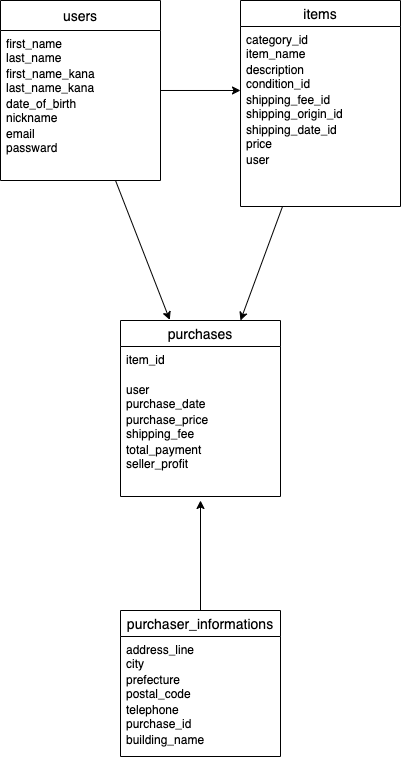
Before: furima.png, a diagram exported from draw.io (minamoit/furima-39233). Source tidied: cells renumbered, new cells last; positions are measured from the earlier drawing's top-left corner, leaving out a move shared by most shapes.
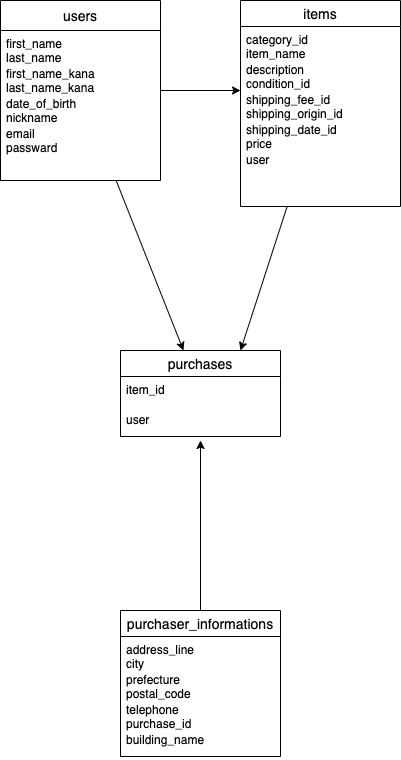
Above is the later version.

The edit, as a diff of the source:
```diff
@@ -11,7 +11,7 @@
     <mxCell id="3" style="html=1;entryX=0;entryY=0.133;entryDx=0;entryDy=0;entryPerimeter=0;" parent="1" edge="1" source="5" target="15">
       <mxGeometry relative="1" as="geometry" />
     </mxCell>
-    <mxCell id="4" style="edgeStyle=none;html=1;entryX=0.308;entryY=-0.003;entryDx=0;entryDy=0;entryPerimeter=0;" parent="1" edge="1" source="5" target="19">
+    <mxCell id="4" style="edgeStyle=none;html=1;" parent="1" edge="1" source="5" target="19">
       <mxGeometry relative="1" as="geometry" />
     </mxCell>
     <mxCell id="5" value="users" style="swimlane;fontStyle=0;horizontal=1;startSize=30;align=center;fontSize=14;rounded=0;" parent="1" vertex="1">
@@ -56,29 +56,11 @@
     <mxCell id="18" style="text;strokeColor=none;fillColor=none;spacingLeft=4;spacingRight=4;overflow=hidden;fontSize=12;" parent="12" vertex="1">
       <mxGeometry y="176" width="160" height="30" as="geometry" />
     </mxCell>
-    <mxCell id="19" value="purchases" style="swimlane;fontStyle=0;horizontal=1;startSize=26;align=center;fontSize=14;" parent="1" vertex="1">
-      <mxGeometry x="120" y="320" width="160" height="176" as="geometry" />
-    </mxCell>
-    <mxCell id="20" value="item_id" style="text;strokeColor=none;fillColor=none;spacingLeft=4;spacingRight=4;overflow=hidden;fontSize=12;" parent="19" vertex="1">
-      <mxGeometry y="26" width="160" height="30" as="geometry" />
-    </mxCell>
-    <mxCell id="21" value="user&#10;purchase_date&#10;" style="text;strokeColor=none;fillColor=none;spacingLeft=4;spacingRight=4;overflow=hidden;fontSize=12;" parent="19" vertex="1">
-      <mxGeometry y="56" width="160" height="30" as="geometry" />
-    </mxCell>
-    <mxCell id="22" value="purchase_price&#10;shipping_fee&#10;total_payment&#10;seller_profit" style="text;strokeColor=none;fillColor=none;spacingLeft=4;spacingRight=4;overflow=hidden;fontSize=12;" parent="19" vertex="1">
-      <mxGeometry y="86" width="160" height="30" as="geometry" />
-    </mxCell>
-    <mxCell id="23" value="total_payment&#10;seller_profit&#10;" style="text;strokeColor=none;fillColor=none;spacingLeft=4;spacingRight=4;overflow=hidden;fontSize=12;" parent="19" vertex="1">
-      <mxGeometry y="116" width="160" height="30" as="geometry" />
-    </mxCell>
-    <mxCell id="24" style="text;strokeColor=none;fillColor=none;spacingLeft=4;spacingRight=4;overflow=hidden;fontSize=12;" parent="19" vertex="1">
-      <mxGeometry y="146" width="160" height="30" as="geometry" />
-    </mxCell>
-    <mxCell id="25" style="edgeStyle=none;html=1;" parent="1" edge="1" source="26">
-      <mxGeometry relative="1" as="geometry">
-        <mxPoint x="200" y="500" as="targetPoint" />
-      </mxGeometry>
-    </mxCell>
+    <mxCell id="31" style="edgeStyle=none;html=1;" parent="1" edge="1" source="26">
+      <mxGeometry relative="1" as="geometry">
+        <mxPoint x="200" y="440" as="targetPoint" />
+      </mxGeometry>
+    </mxCell>
     <mxCell id="26" value="purchaser_informations" style="swimlane;fontStyle=0;horizontal=1;startSize=26;align=center;fontSize=14;" parent="1" vertex="1">
       <mxGeometry x="120" y="610" width="160" height="146" as="geometry" />
     </mxCell>
@@ -94,5 +76,14 @@
     <mxCell id="30" value="building_name" style="text;strokeColor=none;fillColor=none;spacingLeft=4;spacingRight=4;overflow=hidden;fontSize=12;" parent="26" vertex="1">
       <mxGeometry y="116" width="160" height="30" as="geometry" />
     </mxCell>
+    <mxCell id="19" value="purchases" style="swimlane;fontStyle=0;horizontal=1;startSize=26;align=center;fontSize=14;" parent="1" vertex="1">
+      <mxGeometry x="120" y="350" width="160" height="86" as="geometry" />
+    </mxCell>
+    <mxCell id="20" value="item_id" style="text;strokeColor=none;fillColor=none;spacingLeft=4;spacingRight=4;overflow=hidden;fontSize=12;" parent="19" vertex="1">
+      <mxGeometry y="26" width="160" height="30" as="geometry" />
+    </mxCell>
+    <mxCell id="32" value="user" style="text;strokeColor=none;fillColor=none;spacingLeft=4;spacingRight=4;overflow=hidden;fontSize=12;" parent="19" vertex="1">
+      <mxGeometry y="56" width="160" height="30" as="geometry" />
+    </mxCell>
   </root>
 </mxGraphModel>
```
